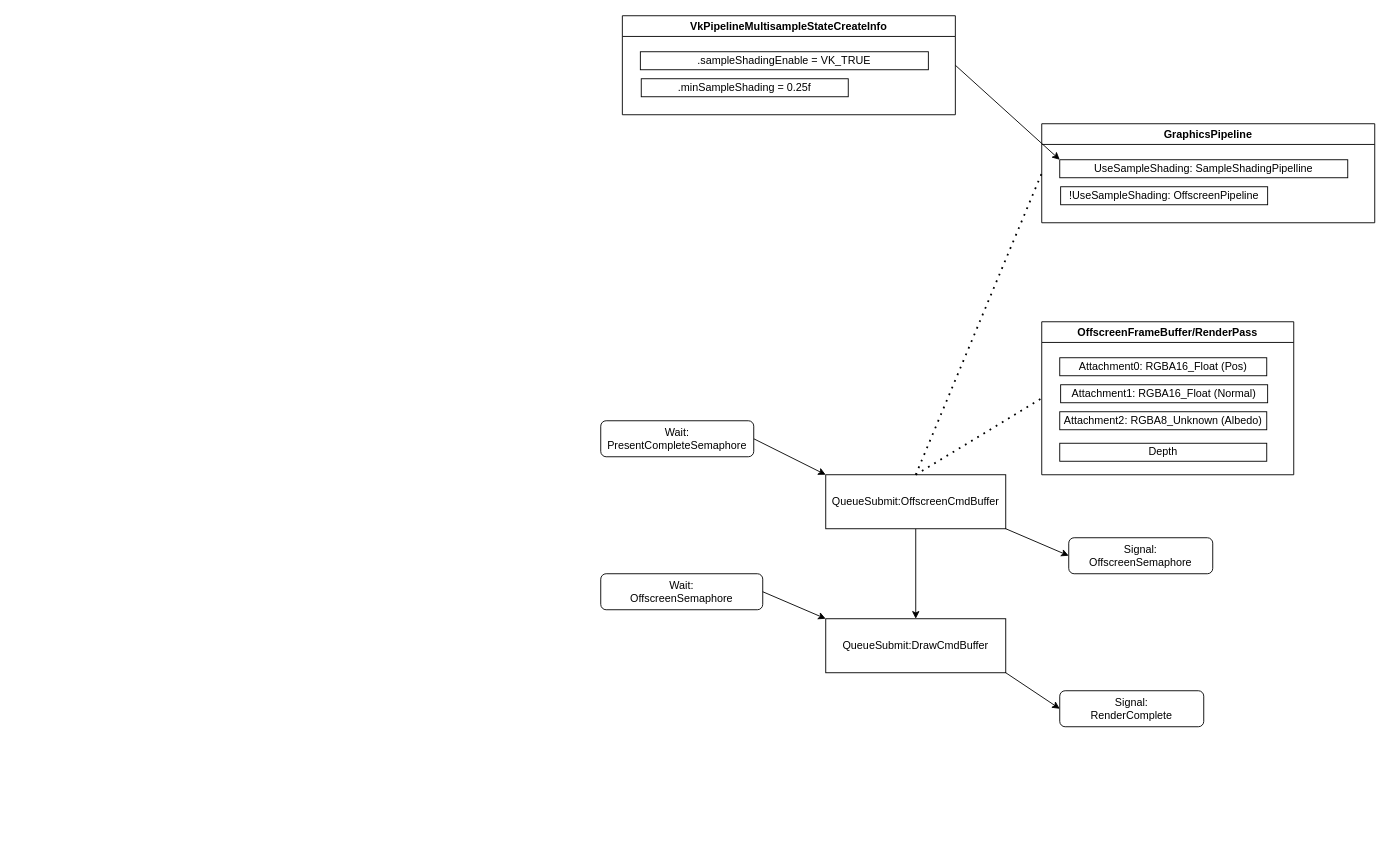
Alpha255/Rockcat keeps this draw.io diagram as Source/Colorful/Vulkan/DeferredMultisampling.drawio. Above is the earlier version. Source tidied: cells renumbered, new cells numbered last; positions are measured from the earlier drawing's top-left corner, leaving out a move shared by most shapes. Both pictures are drawn from the tidied source at 90%, with x=0, y=0 at pixel (600, 15).
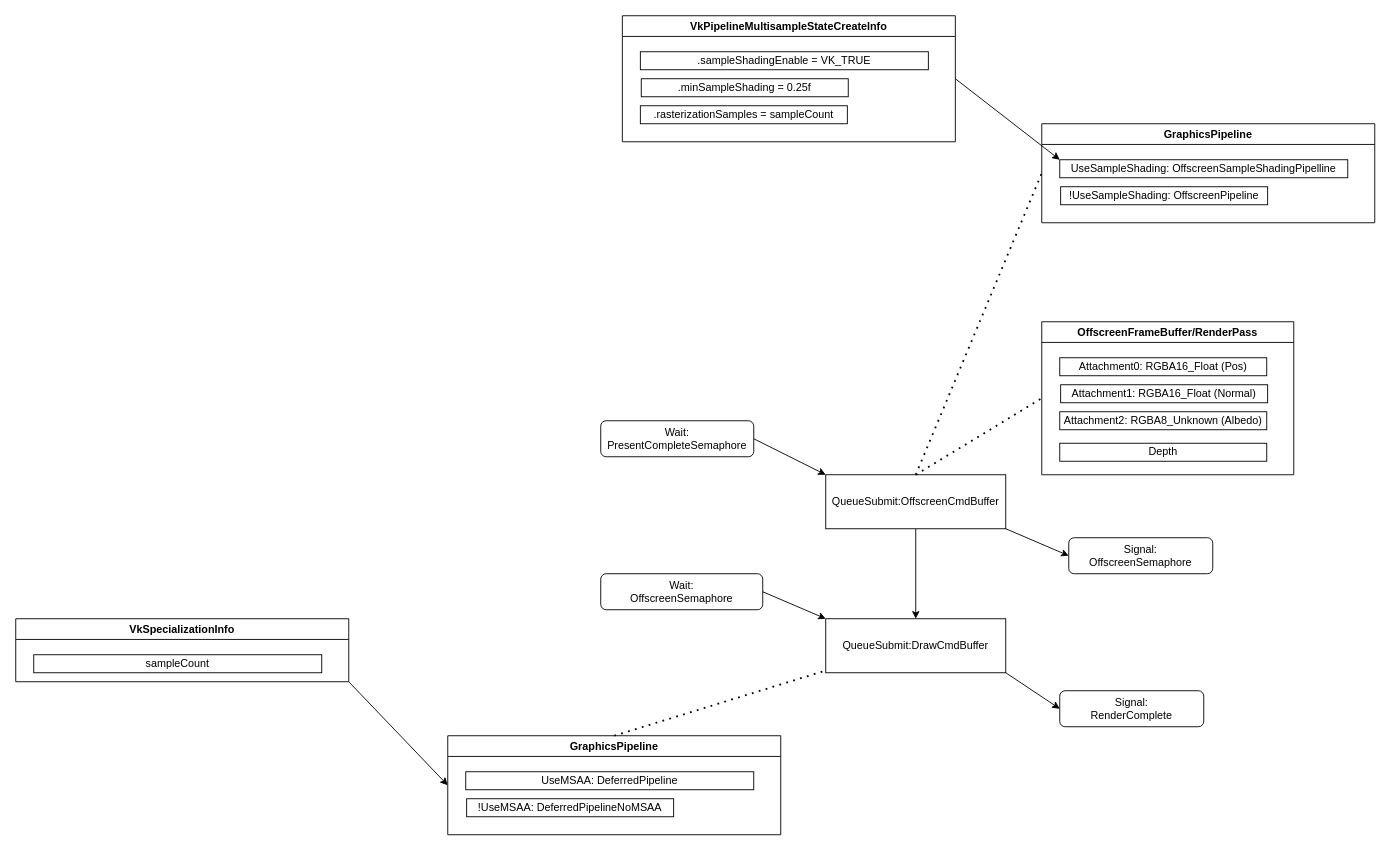
The same page after the edit.

Unchanged cells that the change refers to:
```xml
<mxCell id="19" value="GraphicsPipeline" style="swimlane;" parent="1" vertex="1">
  <mxGeometry x="490" y="120" width="370" height="110" as="geometry" />
</mxCell>
```

The edit, as a diff of the source:
```diff
@@
-    <mxCell id="20" value="UseSampleShading: SampleShadingPipelline" style="whiteSpace=wrap;html=1;" parent="19" vertex="1">
+    <mxCell id="20" value="UseSampleShading: OffscreenSampleShadingPipelline" style="whiteSpace=wrap;html=1;" parent="19" vertex="1">
       <mxGeometry x="20" y="40" width="320" height="20" as="geometry" />
     </mxCell>
@@
     <mxCell id="23" value="VkPipelineMultisampleStateCreateInfo" style="swimlane;" parent="1" vertex="1">
-      <mxGeometry x="24" width="370" height="110" as="geometry" />
+      <mxGeometry x="24" width="370" height="140" as="geometry" />
     </mxCell>
@@
+    <mxCell id="27" value=".rasterizationSamples = sampleCount" style="whiteSpace=wrap;html=1;" parent="23" vertex="1">
+      <mxGeometry x="20" y="100" width="230" height="20" as="geometry" />
+    </mxCell>
@@
+    <mxCell id="28" value="GraphicsPipeline" style="swimlane;" parent="1" vertex="1">
+      <mxGeometry x="-170" y="800" width="370" height="110" as="geometry" />
+    </mxCell>
+    <mxCell id="29" value="UseMSAA: DeferredPipeline" style="whiteSpace=wrap;html=1;" parent="28" vertex="1">
+      <mxGeometry x="20" y="40" width="320" height="20" as="geometry" />
+    </mxCell>
+    <mxCell id="30" value="!UseMSAA: DeferredPipelineNoMSAA" style="whiteSpace=wrap;html=1;" parent="28" vertex="1">
+      <mxGeometry x="21" y="70" width="230" height="20" as="geometry" />
+    </mxCell>
+    <mxCell id="31" style="endArrow=none;dashed=1;html=1;dashPattern=1 3;strokeWidth=2;rounded=0;entryX=0;entryY=0.5;entryDx=0;entryDy=0;exitX=0.5;exitY=0;exitDx=0;exitDy=0;" parent="1" edge="1" source="28">
+      <mxGeometry relative="1" as="geometry">
+        <mxPoint x="250" y="727.5" as="targetPoint" />
+      </mxGeometry>
+    </mxCell>
+    <mxCell id="32" value="VkSpecializationInfo" style="swimlane;" parent="1" vertex="1">
+      <mxGeometry x="-650" y="670" width="370" height="70" as="geometry" />
+    </mxCell>
+    <mxCell id="33" value="sampleCount" style="whiteSpace=wrap;html=1;" parent="32" vertex="1">
+      <mxGeometry x="20" y="40" width="320" height="20" as="geometry" />
+    </mxCell>
+    <mxCell id="34" style="endArrow=classic;html=1;rounded=0;entryX=0;entryY=0.5;entryDx=0;entryDy=0;exitX=1;exitY=1;exitDx=0;exitDy=0;" parent="1" edge="1" source="32" target="28">
+      <mxGeometry relative="1" as="geometry" />
+    </mxCell>
```
